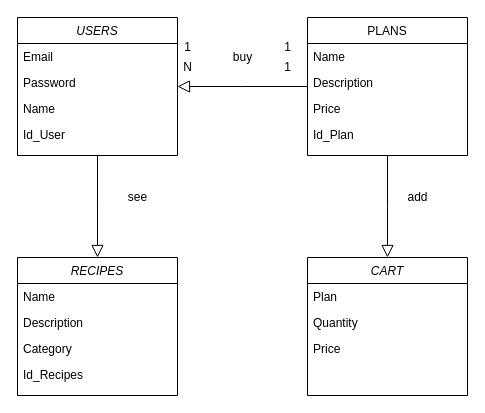
This is Nutrilia/bd.drawio from Mnavarro1997/Nutrilia, a draw.io file, before an edit. Source tidied: cells renumbered, new cells numbered last; positions are measured from the earlier drawing's top-left corner, leaving out a move shared by most shapes. Both pictures are drawn from the tidied source at 100%, with x=0, y=0 at pixel (17, 17).
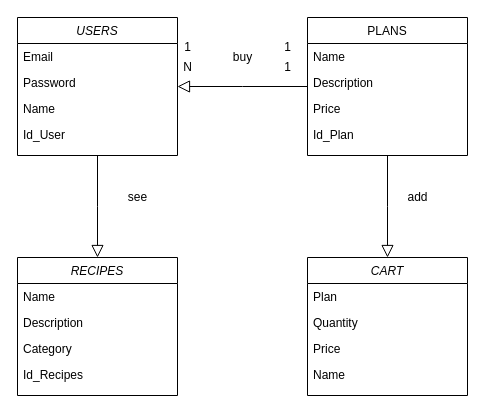
The same page after the edit.

Unchanged cells that the change refers to:
```xml
<mxCell id="18" value="CART" style="swimlane;fontStyle=2;align=center;verticalAlign=top;horizontal=1;startSize=26;rounded=0;shadow=0;strokeWidth=1;" parent="1" vertex="1">
  <mxGeometry x="290" y="240" width="160" height="138" as="geometry" />
</mxCell>
```

The edit, as a diff of the source:
```diff
@@
+    <mxCell id="31" value="Name" style="text;align=left;verticalAlign=top;spacingLeft=4;spacingRight=4;overflow=hidden;rounded=0;shadow=0;html=0;" parent="18" vertex="1">
+      <mxGeometry y="104" width="160" height="26" as="geometry" />
+    </mxCell>
```
